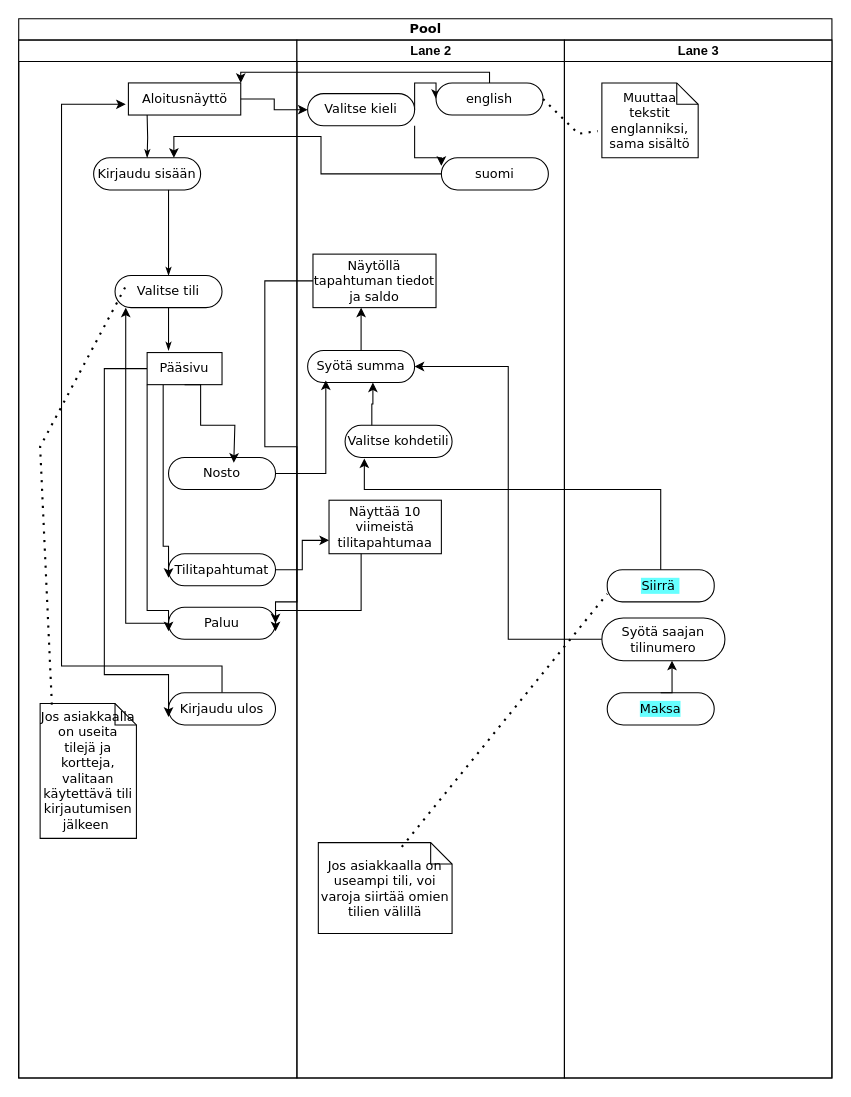
Earlier version of the draw.io diagram Nimetön kaavio.drawio (TeAWallin/Olio). Source tidied: cells renumbered, new cells numbered last; positions are measured from the earlier drawing's top-left corner, leaving out a move shared by most shapes. Both pictures are drawn from the tidied source at 107%, with x=0, y=0 at pixel (18, 18).
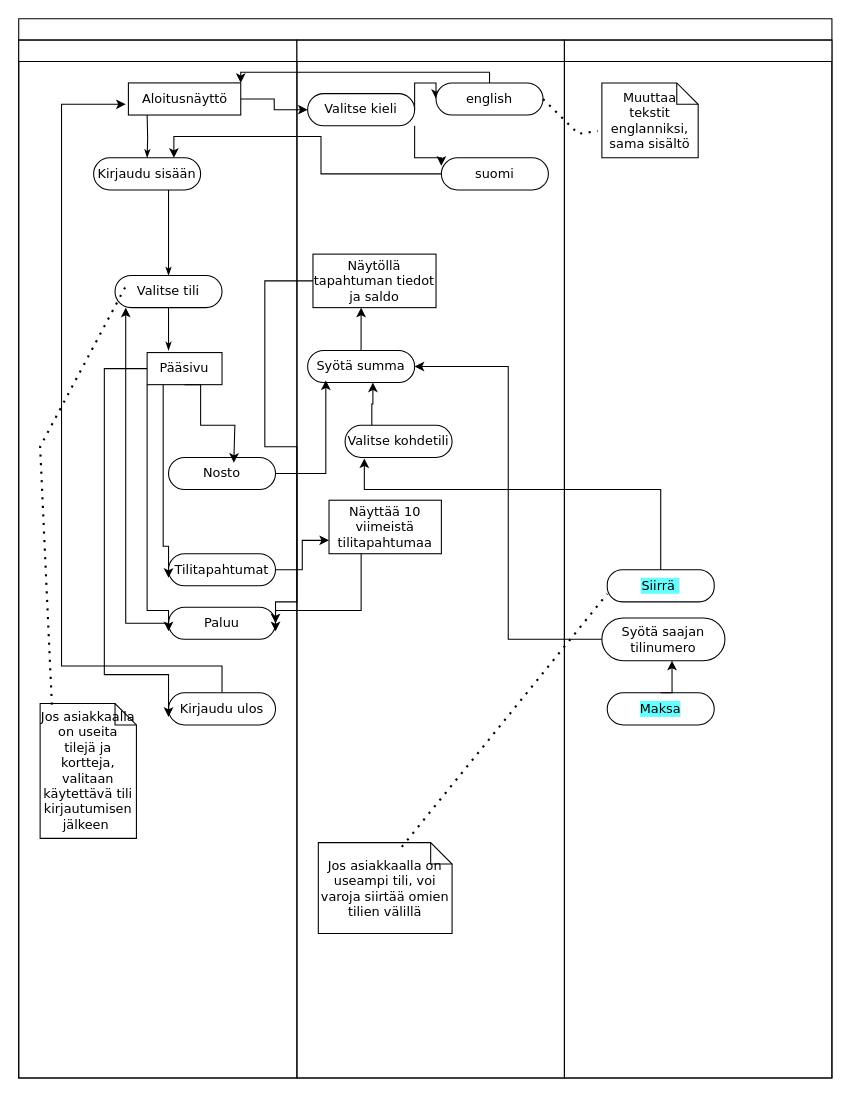
The same page after the edit.

The edit, as a diff of the source:
```diff
@@
-    <mxCell id="2" value="Pool" style="swimlane;html=1;startSize=20;rounded=0;shadow=0;comic=0;labelBackgroundColor=none;strokeWidth=1;fontFamily=Verdana;fontSize=12;align=center;" parent="1" vertex="1">
+    <mxCell id="2" style="swimlane;html=1;startSize=20;rounded=0;shadow=0;comic=0;labelBackgroundColor=none;strokeWidth=1;fontFamily=Verdana;fontSize=12;align=center;" parent="1" vertex="1">
       <mxGeometry width="760" height="990" as="geometry" />
     </mxCell>
@@
-    <mxCell id="24" value="Lane 2" style="swimlane;html=1;startSize=20;" parent="2" vertex="1">
+    <mxCell id="24" style="swimlane;html=1;startSize=20;" parent="2" vertex="1">
       <mxGeometry x="260" y="20" width="250" height="970" as="geometry" />
     </mxCell>
@@
-    <mxCell id="37" value="Lane 3" style="swimlane;html=1;startSize=20;" parent="2" vertex="1">
+    <mxCell id="37" style="swimlane;html=1;startSize=20;" parent="2" vertex="1">
       <mxGeometry x="510" y="20" width="250" height="970" as="geometry" />
     </mxCell>
```
